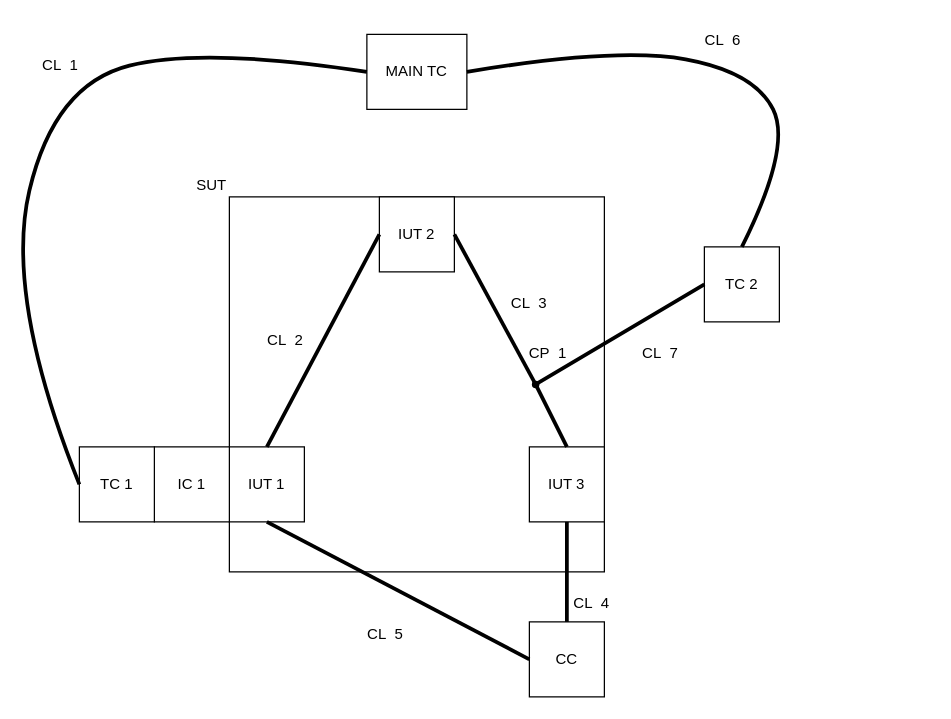
Above: General Test Architecture.drawio in ossikankainen/dipan_kaaviot (draw.io), before the change. Source tidied: cells renumbered, new cells numbered last; positions are measured from the earlier drawing's top-left corner, leaving out a move shared by most shapes. Both pictures are drawn from the tidied source at 125%, with x=0, y=0 at pixel (4, 21).
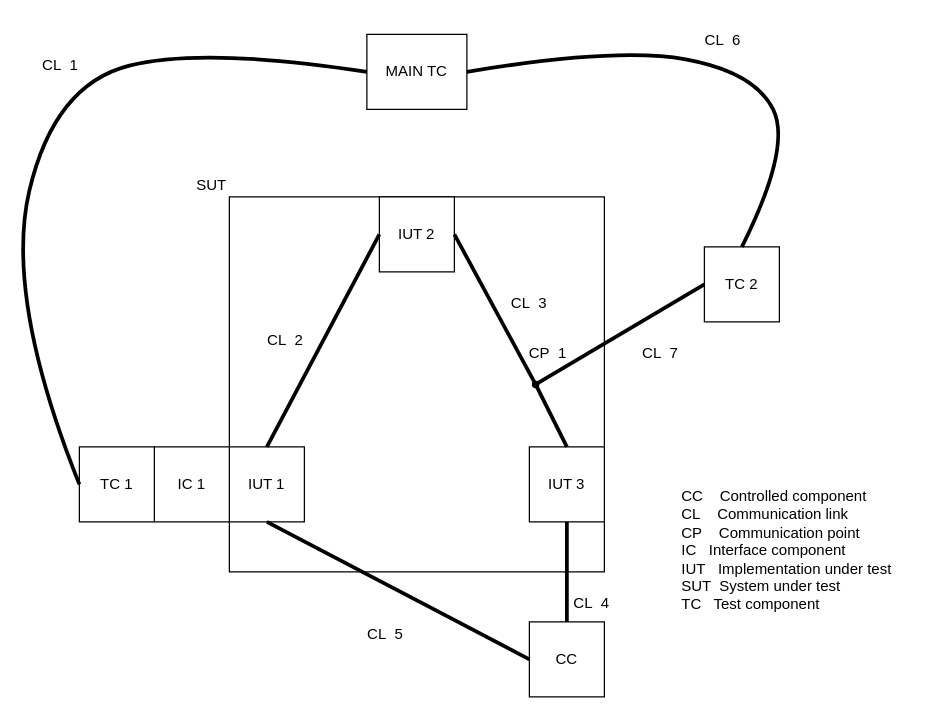
Above is the later version.

The edit, as a diff of the source:
```diff
@@
+    <mxCell id="28" value="&lt;div&gt;&lt;span&gt;CC&amp;nbsp;&lt;/span&gt;&lt;span&gt;&amp;nbsp;&lt;span style=&quot;white-space: pre&quot;&gt; &lt;span style=&quot;white-space: pre&quot;&gt; &lt;/span&gt;&lt;/span&gt;&lt;/span&gt;&lt;span&gt;Controlled component&lt;/span&gt;&lt;br&gt;&lt;/div&gt;&lt;div&gt;CL&amp;nbsp;&lt;span&gt; &lt;span style=&quot;white-space: pre&quot;&gt; &lt;span style=&quot;white-space: pre&quot;&gt; &lt;/span&gt;&lt;/span&gt;&lt;/span&gt;Communication link&lt;/div&gt;&lt;div&gt;CP&amp;nbsp;&lt;span&gt; &lt;span style=&quot;white-space: pre&quot;&gt; &lt;span style=&quot;white-space: pre&quot;&gt; &lt;/span&gt;&lt;/span&gt;&lt;/span&gt;Communication point&lt;/div&gt;&lt;div&gt;IC&amp;nbsp;&lt;span style=&quot;white-space: pre&quot;&gt; &lt;span style=&quot;white-space: pre&quot;&gt; &lt;/span&gt;&lt;/span&gt;Interface component&lt;/div&gt;&lt;div&gt;IUT&amp;nbsp;&lt;span style=&quot;white-space: pre&quot;&gt; &lt;span style=&quot;white-space: pre&quot;&gt; &lt;/span&gt;&lt;/span&gt;Implementation under test&lt;/div&gt;&lt;div&gt;SUT &lt;span style=&quot;white-space: pre&quot;&gt; &lt;/span&gt;System under test&lt;/div&gt;TC&lt;span&gt; &lt;span style=&quot;white-space: pre&quot;&gt; &lt;/span&gt;&lt;span style=&quot;white-space: pre&quot;&gt; &lt;/span&gt;&lt;/span&gt;Test component&lt;br&gt;&lt;div&gt;&lt;br&gt;&lt;/div&gt;" style="text;html=1;strokeColor=none;fillColor=none;align=left;verticalAlign=middle;whiteSpace=wrap;rounded=0;" parent="1" vertex="1">
+      <mxGeometry x="540" y="370" width="200" height="120" as="geometry" />
+    </mxCell>
```
